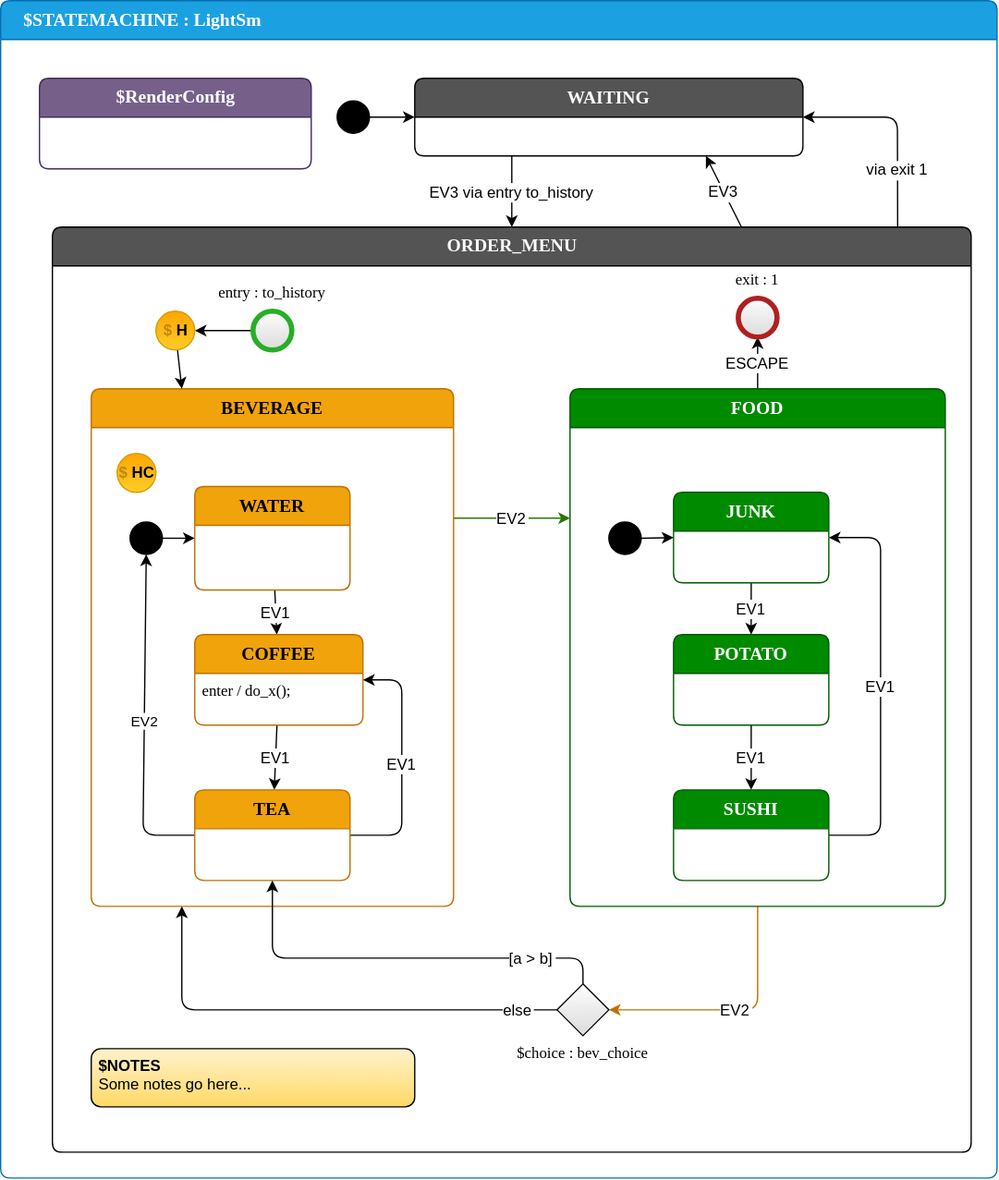
Before: src3/LightSm.drawio.svg, a diagram exported from draw.io (StateSmith/exp-test-gen). Source tidied: cells renumbered, new cells last; positions are measured from the earlier drawing's top-left corner, leaving out a move shared by most shapes. Source of this version:
```xml
<mxGraphModel>
  <root>
    <mxCell id="0" />
    <mxCell id="1" parent="0" />
    <mxCell id="2" value="$STATEMACHINE : LightSm" style="shape=swimlane;align=left;verticalAlign=top;fontFamily=Lucida Console;startSize=30;fontSize=14;fontStyle=1;swimlaneFillColor=default;rounded=1;arcSize=15;absoluteArcSize=1;fillColor=#1ba1e2;fontColor=#ffffff;strokeColor=#006EAF;spacingLeft=16;" parent="1" vertex="1">
      <mxGeometry width="770" height="910" as="geometry" />
    </mxCell>
    <mxCell id="3" style="fontFamily=Lucida Console;align=left;verticalAlign=top;fillColor=none;gradientColor=none;strokeColor=none;rounded=0;spacingLeft=4;" parent="2" vertex="1">
      <mxGeometry y="30" width="50" height="40" as="geometry" />
    </mxCell>
    <mxCell id="4" style="edgeStyle=none;entryX=0;entryY=0.5;entryDx=0;entryDy=0;exitX=1;exitY=0.5;exitDx=0;exitDy=0;fontColor=default;fontSize=12;" parent="2" edge="1" source="52" target="50">
      <mxGeometry relative="1" as="geometry" />
    </mxCell>
    <mxCell id="5" value="EV3" style="edgeStyle=none;exitX=0.75;exitY=0;exitDx=0;exitDy=0;entryX=0.75;entryY=1;entryDx=0;entryDy=0;fontColor=default;fontSize=12;" parent="2" edge="1" source="7" target="50">
      <mxGeometry relative="1" as="geometry" />
    </mxCell>
    <mxCell id="6" value="via exit 1" style="edgeStyle=none;exitX=0.92;exitY=0;exitDx=0;exitDy=0;exitPerimeter=0;entryX=1;entryY=0.5;entryDx=0;entryDy=0;fontColor=default;fontSize=12;" parent="2" edge="1" source="7" target="50">
      <mxGeometry x="-0.43" relative="1" as="geometry">
        <Array as="points">
          <mxPoint x="693" y="90" />
        </Array>
      </mxGeometry>
    </mxCell>
    <mxCell id="7" value="ORDER_MENU" style="shape=swimlane;align=center;verticalAlign=top;fontFamily=Lucida Console;startSize=30;fontSize=14;fontStyle=1;swimlaneFillColor=default;html=1;rounded=1;arcSize=15;absoluteArcSize=1;fillColor=#545454;fontColor=#FAFAFA;points=[[0,0,0,0,0],[0,0.25,0,0,0],[0,0.5,0,0,0],[0,0.75,0,0,0],[0,1,0,0,0],[0.08,0,0,0,0],[0.17,0,0,0,0],[0.25,0,0,0,0],[0.25,1,0,0,0],[0.33,0,0,0,0],[0.42,0,0,0,0],[0.5,0,0,0,0],[0.5,1,0,0,0],[0.58,0,0,0,0],[0.67,0,0,0,0],[0.75,0,0,0,0],[0.75,1,0,0,0],[0.83,0,0,0,0],[0.92,0,0,0,0],[1,0,0,0,0],[1,0.25,0,0,0],[1,0.5,0,0,0],[1,0.75,0,0,0],[1,1,0,0,0]];" parent="2" vertex="1">
      <mxGeometry x="40" y="175" width="710" height="715" as="geometry" />
    </mxCell>
    <mxCell id="8" style="fontFamily=Lucida Console;align=left;verticalAlign=top;fillColor=none;gradientColor=none;strokeColor=none;rounded=0;spacingLeft=4;labelBackgroundColor=#990000;fontColor=#FFFFFF;" parent="7" vertex="1">
      <mxGeometry y="30" width="50" height="40" as="geometry" />
    </mxCell>
    <mxCell id="9" value="EV2" style="edgeStyle=none;exitX=1;exitY=0.25;exitDx=0;exitDy=0;entryX=0;entryY=0.25;entryDx=0;entryDy=0;fillColor=#60a917;strokeColor=#2D7600;fontColor=default;fontSize=12;" parent="7" edge="1" source="10" target="28">
      <mxGeometry relative="1" as="geometry" />
    </mxCell>
    <mxCell id="10" value="BEVERAGE" style="shape=swimlane;align=center;verticalAlign=top;fontFamily=Lucida Console;startSize=30;fontSize=14;fontStyle=1;fontColor=#000000;fillColor=#f0a30a;swimlaneFillColor=default;rounded=1;arcSize=15;absoluteArcSize=1;strokeColor=#BD7000;" parent="7" vertex="1">
      <mxGeometry x="30" y="125" width="280" height="400" as="geometry" />
    </mxCell>
    <mxCell id="11" style="fontFamily=Lucida Console;align=left;verticalAlign=top;fillColor=none;gradientColor=none;strokeColor=none;rounded=0;spacingLeft=4;" parent="10" vertex="1">
      <mxGeometry y="30" width="50" height="40" as="geometry" />
    </mxCell>
    <mxCell id="12" style="edgeStyle=none;exitX=1;exitY=0.5;exitDx=0;exitDy=0;entryX=0;entryY=0.5;entryDx=0;entryDy=0;fontColor=default;fontSize=12;" parent="10" edge="1" source="13" target="15">
      <mxGeometry relative="1" as="geometry" />
    </mxCell>
    <mxCell id="13" value="$initial_state" style="shape=ellipse;fillColor=#000000;noLabel=1;" parent="10" vertex="1">
      <mxGeometry x="30" y="103" width="25" height="25" as="geometry" />
    </mxCell>
    <mxCell id="14" value="EV1" style="edgeStyle=none;fontColor=default;fontSize=12;" parent="10" edge="1" source="15" target="18">
      <mxGeometry relative="1" as="geometry" />
    </mxCell>
    <mxCell id="15" value="WATER" style="shape=swimlane;align=center;verticalAlign=top;fontFamily=Lucida Console;startSize=30;fontSize=14;fontStyle=1;fontColor=#000000;fillColor=#f0a30a;swimlaneFillColor=default;rounded=1;arcSize=15;absoluteArcSize=1;strokeColor=#BD7000;" parent="10" vertex="1">
      <mxGeometry x="80" y="75.5" width="120" height="80" as="geometry" />
    </mxCell>
    <mxCell id="16" style="fontFamily=Lucida Console;align=left;verticalAlign=top;fillColor=none;gradientColor=none;strokeColor=none;rounded=0;spacingLeft=4;" parent="15" vertex="1">
      <mxGeometry y="30" width="50" height="40" as="geometry" />
    </mxCell>
    <mxCell id="17" value="EV1" style="edgeStyle=none;fontColor=default;fontSize=12;" parent="10" edge="1" source="18" target="22">
      <mxGeometry relative="1" as="geometry" />
    </mxCell>
    <mxCell id="18" value="COFFEE" style="shape=swimlane;align=center;verticalAlign=top;fontFamily=Lucida Console;startSize=30;fontSize=14;fontStyle=1;fontColor=#000000;fillColor=#f0a30a;swimlaneFillColor=default;rounded=1;arcSize=15;absoluteArcSize=1;strokeColor=#BD7000;" parent="10" vertex="1">
      <mxGeometry x="80" y="190" width="130" height="70" as="geometry" />
    </mxCell>
    <mxCell id="19" value="enter / do_x();" style="fontFamily=Lucida Console;align=left;verticalAlign=top;fillColor=none;gradientColor=none;strokeColor=none;rounded=0;spacingLeft=4;" parent="18" vertex="1">
      <mxGeometry y="30" width="130" height="30" as="geometry" />
    </mxCell>
    <mxCell id="20" value="EV1" style="edgeStyle=none;exitX=1;exitY=0.5;exitDx=0;exitDy=0;entryX=1;entryY=0.5;entryDx=0;entryDy=0;fontColor=default;fontSize=12;" parent="10" edge="1" source="22" target="18">
      <mxGeometry relative="1" as="geometry">
        <Array as="points">
          <mxPoint x="240" y="345" />
          <mxPoint x="240" y="225" />
        </Array>
      </mxGeometry>
    </mxCell>
    <mxCell id="21" value="EV2" style="edgeStyle=none;html=1;exitX=0;exitY=0.5;exitDx=0;exitDy=0;entryX=0.5;entryY=1;entryDx=0;entryDy=0;" parent="10" edge="1" source="22" target="13">
      <mxGeometry relative="1" as="geometry">
        <Array as="points">
          <mxPoint x="40" y="345" />
        </Array>
      </mxGeometry>
    </mxCell>
    <mxCell id="22" value="TEA" style="shape=swimlane;align=center;verticalAlign=top;fontFamily=Lucida Console;startSize=30;fontSize=14;fontStyle=1;fontColor=#000000;fillColor=#f0a30a;swimlaneFillColor=default;rounded=1;arcSize=15;absoluteArcSize=1;strokeColor=#BD7000;" parent="10" vertex="1">
      <mxGeometry x="80" y="310" width="120" height="70" as="geometry" />
    </mxCell>
    <mxCell id="23" style="fontFamily=Lucida Console;align=left;verticalAlign=top;fillColor=none;gradientColor=none;strokeColor=none;rounded=0;spacingLeft=4;" parent="22" vertex="1">
      <mxGeometry y="30" width="50" height="40" as="geometry" />
    </mxCell>
    <mxCell id="24" value="&lt;font color=&quot;#bd890f&quot;&gt;$&lt;/font&gt;HC" style="fontFamily=Helvetica;align=center;verticalAlign=middle;shape=ellipse;labelPosition=center;verticalLabelPosition=middle;strokeColor=#d79b00;strokeWidth=1;fillColor=#ffcd28;gradientColor=#ffa500;gradientDirection=north;html=1;fontColor=#000000;fontStyle=1;" parent="10" vertex="1">
      <mxGeometry x="20" y="50" width="30" height="30" as="geometry" />
    </mxCell>
    <mxCell id="25" style="edgeStyle=none;exitX=0;exitY=0.5;exitDx=0;exitDy=0;fontColor=default;fontSize=12;" parent="7" edge="1" source="41" target="44">
      <mxGeometry relative="1" as="geometry" />
    </mxCell>
    <mxCell id="26" value="EV2" style="edgeStyle=none;exitX=0.5;exitY=1;exitDx=0;exitDy=0;entryX=1;entryY=0.5;entryDx=0;entryDy=0;fillColor=#f0a30a;strokeColor=#BD7000;fontColor=default;fontSize=12;" parent="7" edge="1" source="28" target="47">
      <mxGeometry relative="1" as="geometry">
        <Array as="points">
          <mxPoint x="545" y="605" />
        </Array>
      </mxGeometry>
    </mxCell>
    <mxCell id="27" value="ESCAPE" style="edgeStyle=none;exitX=0.5;exitY=0;exitDx=0;exitDy=0;entryX=0.5;entryY=1;entryDx=0;entryDy=0;fontColor=default;fontSize=12;" parent="7" edge="1" source="28" target="42">
      <mxGeometry relative="1" as="geometry" />
    </mxCell>
    <mxCell id="28" value="FOOD" style="shape=swimlane;align=center;verticalAlign=top;fontFamily=Lucida Console;startSize=30;fontSize=14;fontStyle=1;fontColor=#ffffff;fillColor=#008a00;swimlaneFillColor=default;rounded=1;arcSize=15;absoluteArcSize=1;strokeColor=#005700;" parent="7" vertex="1">
      <mxGeometry x="400" y="125" width="290" height="400" as="geometry" />
    </mxCell>
    <mxCell id="29" style="fontFamily=Lucida Console;align=left;verticalAlign=top;fillColor=none;gradientColor=none;strokeColor=none;rounded=0;spacingLeft=4;html=1;" parent="28" vertex="1">
      <mxGeometry y="30" width="50" height="40" as="geometry" />
    </mxCell>
    <mxCell id="30" style="edgeStyle=none;exitX=1;exitY=0.5;exitDx=0;exitDy=0;entryX=0;entryY=0.5;entryDx=0;entryDy=0;fontColor=default;fontSize=12;" parent="28" edge="1" source="31" target="33">
      <mxGeometry relative="1" as="geometry" />
    </mxCell>
    <mxCell id="31" value="$initial_state" style="shape=ellipse;fillColor=#000000;noLabel=1;" parent="28" vertex="1">
      <mxGeometry x="30" y="103" width="25" height="25" as="geometry" />
    </mxCell>
    <mxCell id="32" value="EV1" style="edgeStyle=none;fontColor=default;fontSize=12;" parent="28" edge="1" source="33" target="36">
      <mxGeometry relative="1" as="geometry" />
    </mxCell>
    <mxCell id="33" value="JUNK" style="shape=swimlane;align=center;verticalAlign=top;fontFamily=Lucida Console;startSize=30;fontSize=14;fontStyle=1;fontColor=#ffffff;fillColor=#008a00;swimlaneFillColor=default;rounded=1;arcSize=15;absoluteArcSize=1;strokeColor=#005700;" parent="28" vertex="1">
      <mxGeometry x="80" y="80" width="120" height="70" as="geometry" />
    </mxCell>
    <mxCell id="34" value=" " style="fontFamily=Lucida Console;align=left;verticalAlign=top;fillColor=none;gradientColor=none;strokeColor=none;rounded=0;spacingLeft=4;" parent="33" vertex="1">
      <mxGeometry y="30" width="30" height="20" as="geometry" />
    </mxCell>
    <mxCell id="35" value="EV1" style="edgeStyle=none;fontColor=default;fontSize=12;" parent="28" edge="1" source="36" target="39">
      <mxGeometry relative="1" as="geometry" />
    </mxCell>
    <mxCell id="36" value="POTATO" style="shape=swimlane;align=center;verticalAlign=top;fontFamily=Lucida Console;startSize=30;fontSize=14;fontStyle=1;fontColor=#ffffff;fillColor=#008a00;swimlaneFillColor=default;rounded=1;arcSize=15;absoluteArcSize=1;strokeColor=#005700;" parent="28" vertex="1">
      <mxGeometry x="80" y="190" width="120" height="70" as="geometry" />
    </mxCell>
    <mxCell id="37" value=" " style="fontFamily=Lucida Console;align=left;verticalAlign=top;fillColor=none;gradientColor=none;strokeColor=none;rounded=0;spacingLeft=4;" parent="36" vertex="1">
      <mxGeometry y="30" width="30" height="20" as="geometry" />
    </mxCell>
    <mxCell id="38" value="EV1" style="edgeStyle=none;exitX=1;exitY=0.5;exitDx=0;exitDy=0;entryX=1;entryY=0.5;entryDx=0;entryDy=0;fontColor=default;fontSize=12;" parent="28" edge="1" source="39" target="33">
      <mxGeometry relative="1" as="geometry">
        <Array as="points">
          <mxPoint x="240" y="345" />
          <mxPoint x="240" y="115" />
        </Array>
      </mxGeometry>
    </mxCell>
    <mxCell id="39" value="SUSHI" style="shape=swimlane;align=center;verticalAlign=top;fontFamily=Lucida Console;startSize=30;fontSize=14;fontStyle=1;fontColor=#ffffff;fillColor=#008a00;swimlaneFillColor=default;rounded=1;arcSize=15;absoluteArcSize=1;strokeColor=#005700;" parent="28" vertex="1">
      <mxGeometry x="80" y="310" width="120" height="70" as="geometry" />
    </mxCell>
    <mxCell id="40" value=" " style="fontFamily=Lucida Console;align=left;verticalAlign=top;fillColor=none;gradientColor=none;strokeColor=none;rounded=0;spacingLeft=4;" parent="39" vertex="1">
      <mxGeometry y="30" width="30" height="20" as="geometry" />
    </mxCell>
    <mxCell id="41" value="entry : to_history" style="fontFamily=Lucida Console;align=center;verticalAlign=middle;shape=ellipse;labelPosition=center;verticalLabelPosition=top;strokeColor=#27ae27;strokeWidth=4;fillColor=#FFFFFF;gradientColor=#d4d4d4cc;" parent="7" vertex="1">
      <mxGeometry x="155" y="65" width="30" height="30" as="geometry" />
    </mxCell>
    <mxCell id="42" value="exit : 1" style="fontFamily=Lucida Console;align=center;verticalAlign=middle;shape=ellipse;labelPosition=center;verticalLabelPosition=top;strokeColor=#b11f1f;strokeWidth=4;fillColor=#FFFFFF;gradientColor=#d4d4d4cc;" parent="7" vertex="1">
      <mxGeometry x="530" y="55" width="30" height="30" as="geometry" />
    </mxCell>
    <mxCell id="43" style="edgeStyle=none;entryX=0.25;entryY=0;entryDx=0;entryDy=0;fontColor=default;fontSize=12;" parent="7" edge="1" source="44" target="10">
      <mxGeometry relative="1" as="geometry" />
    </mxCell>
    <mxCell id="44" value="&lt;font color=&quot;#bd890f&quot;&gt;$&lt;/font&gt;H" style="fontFamily=Helvetica;align=center;verticalAlign=middle;shape=ellipse;labelPosition=center;verticalLabelPosition=middle;strokeColor=#d79b00;strokeWidth=1;fillColor=#ffcd28;gradientColor=#ffa500;gradientDirection=north;html=1;fontColor=#000000;fontStyle=1;" parent="7" vertex="1">
      <mxGeometry x="80" y="65" width="30" height="30" as="geometry" />
    </mxCell>
    <mxCell id="45" value="[a &gt; b]" style="edgeStyle=none;exitX=0.5;exitY=0;exitDx=0;exitDy=0;entryX=0.5;entryY=1;entryDx=0;entryDy=0;fontColor=default;fontSize=12;" parent="7" edge="1" source="47" target="22">
      <mxGeometry x="-0.62" relative="1" as="geometry">
        <Array as="points">
          <mxPoint x="410" y="565" />
          <mxPoint x="170" y="565" />
        </Array>
      </mxGeometry>
    </mxCell>
    <mxCell id="46" value="else" style="edgeStyle=none;exitX=0;exitY=0.5;exitDx=0;exitDy=0;entryX=0.25;entryY=1;entryDx=0;entryDy=0;fontColor=default;fontSize=12;" parent="7" edge="1" source="47" target="10">
      <mxGeometry x="-0.84" relative="1" as="geometry">
        <Array as="points">
          <mxPoint x="100" y="605" />
        </Array>
      </mxGeometry>
    </mxCell>
    <mxCell id="47" value="$choice : bev_choice" style="fontFamily=Lucida Console;align=center;verticalAlign=top;shape=rhombus;labelPosition=center;verticalLabelPosition=bottom;strokeWidth=1;fillColor=#FFFFFF;gradientColor=#d4d4d4cc;noLabel=0;" parent="7" vertex="1">
      <mxGeometry x="390" y="585" width="40" height="40" as="geometry" />
    </mxCell>
    <mxCell id="48" value="&lt;b&gt;$NOTES&lt;/b&gt;&#10;Some notes go here..." style="shape=rectangle;rounded=1;arcSize=15;absoluteArcSize=1;align=left;verticalAlign=top;whiteSpace=wrap;html=1;spacingLeft=4;strokeWidth=1;strokeColor=default;fillColor=#fff2cc;fontColor=#000000;gradientColor=#ffd966;" parent="7" vertex="1">
      <mxGeometry x="30" y="635" width="250" height="45" as="geometry" />
    </mxCell>
    <mxCell id="49" value="EV3 via entry to_history" style="edgeStyle=none;exitX=0.25;exitY=1;exitDx=0;exitDy=0;entryX=0.5;entryY=0;entryDx=0;entryDy=0;fontSize=12;fontColor=default;" parent="2" edge="1" source="50" target="7">
      <mxGeometry relative="1" as="geometry" />
    </mxCell>
    <mxCell id="50" value="WAITING" style="shape=swimlane;align=center;verticalAlign=top;fontFamily=Lucida Console;startSize=30;fontSize=14;fontStyle=1;fontColor=#FAFAFA;fillColor=#545454;swimlaneFillColor=default;rounded=1;arcSize=15;absoluteArcSize=1;" parent="2" vertex="1">
      <mxGeometry x="320" y="60" width="300" height="60" as="geometry" />
    </mxCell>
    <mxCell id="51" value=" " style="fontFamily=Lucida Console;align=left;verticalAlign=top;fillColor=none;gradientColor=none;strokeColor=none;rounded=0;spacingLeft=4;" parent="50" vertex="1">
      <mxGeometry y="30" width="30" height="20" as="geometry" />
    </mxCell>
    <mxCell id="52" value="$initial_state" style="shape=ellipse;fillColor=#000000;noLabel=1;" parent="2" vertex="1">
      <mxGeometry x="260" y="77.5" width="25" height="25" as="geometry" />
    </mxCell>
    <mxCell id="53" value="$RenderConfig" style="shape=swimlane;align=center;verticalAlign=top;fontFamily=Lucida Console;startSize=30;fontSize=14;fontStyle=1;swimlaneFillColor=default;html=1;rounded=1;arcSize=15;absoluteArcSize=1;fillColor=#76608a;strokeColor=#432D57;fontColor=#ffffff;" parent="2" vertex="1" collapsed="1">
      <mxGeometry x="30" y="60" width="210" height="70" as="geometry" />
    </mxCell>
  </root>
</mxGraphModel>
```
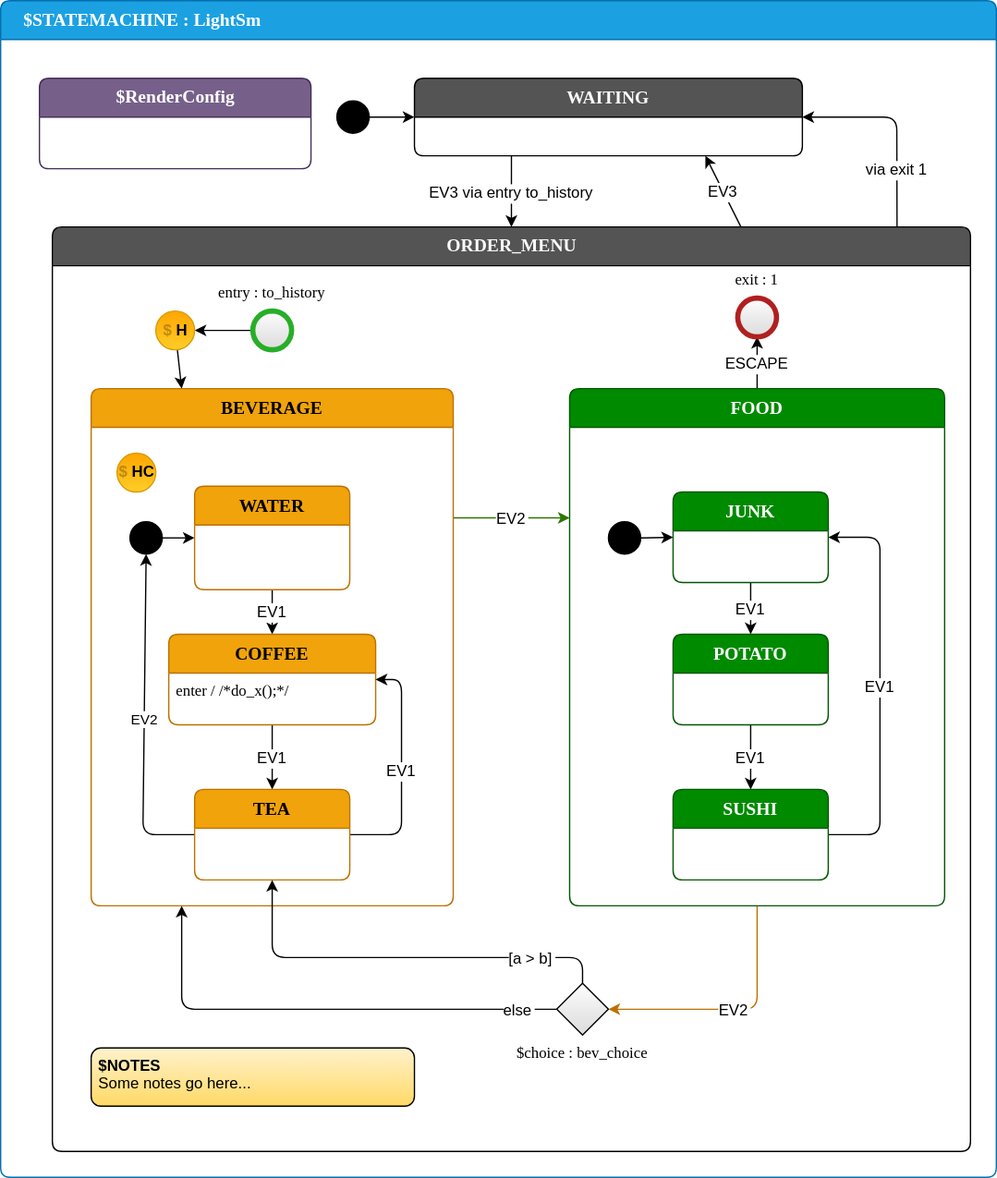
After the commit.

The edit, as a diff of the source:
```diff
@@ -55,10 +55,10 @@
       <mxGeometry relative="1" as="geometry" />
     </mxCell>
     <mxCell id="18" value="COFFEE" style="shape=swimlane;align=center;verticalAlign=top;fontFamily=Lucida Console;startSize=30;fontSize=14;fontStyle=1;fontColor=#000000;fillColor=#f0a30a;swimlaneFillColor=default;rounded=1;arcSize=15;absoluteArcSize=1;strokeColor=#BD7000;" parent="10" vertex="1">
-      <mxGeometry x="80" y="190" width="130" height="70" as="geometry" />
+      <mxGeometry x="60" y="190" width="160" height="70" as="geometry" />
     </mxCell>
-    <mxCell id="19" value="enter / do_x();" style="fontFamily=Lucida Console;align=left;verticalAlign=top;fillColor=none;gradientColor=none;strokeColor=none;rounded=0;spacingLeft=4;" parent="18" vertex="1">
-      <mxGeometry y="30" width="130" height="30" as="geometry" />
+    <mxCell id="19" value="enter / /*do_x();*/" style="fontFamily=Lucida Console;align=left;verticalAlign=top;fillColor=none;gradientColor=none;strokeColor=none;rounded=0;spacingLeft=4;" parent="18" vertex="1">
+      <mxGeometry y="30" width="160" height="30" as="geometry" />
     </mxCell>
     <mxCell id="20" value="EV1" style="edgeStyle=none;exitX=1;exitY=0.5;exitDx=0;exitDy=0;entryX=1;entryY=0.5;entryDx=0;entryDy=0;fontColor=default;fontSize=12;" parent="10" edge="1" source="22" target="18">
       <mxGeometry relative="1" as="geometry">
```
